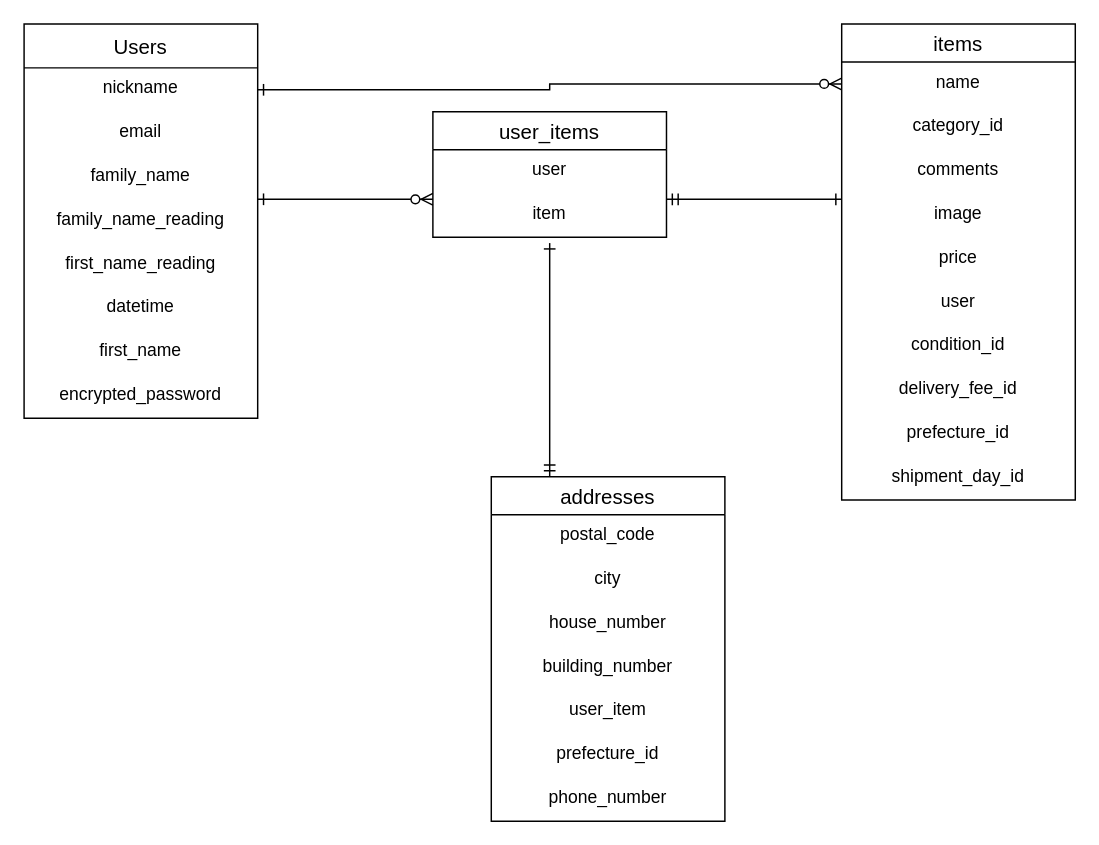
Above: furima.dio in xxxkana/furima-36249 (draw.io), before the change. Source tidied: cells renumbered, new cells numbered last; positions are measured from the earlier drawing's top-left corner, leaving out a move shared by most shapes. Both pictures are drawn from the tidied source at 146%, with x=0, y=0 at pixel (23, 23).
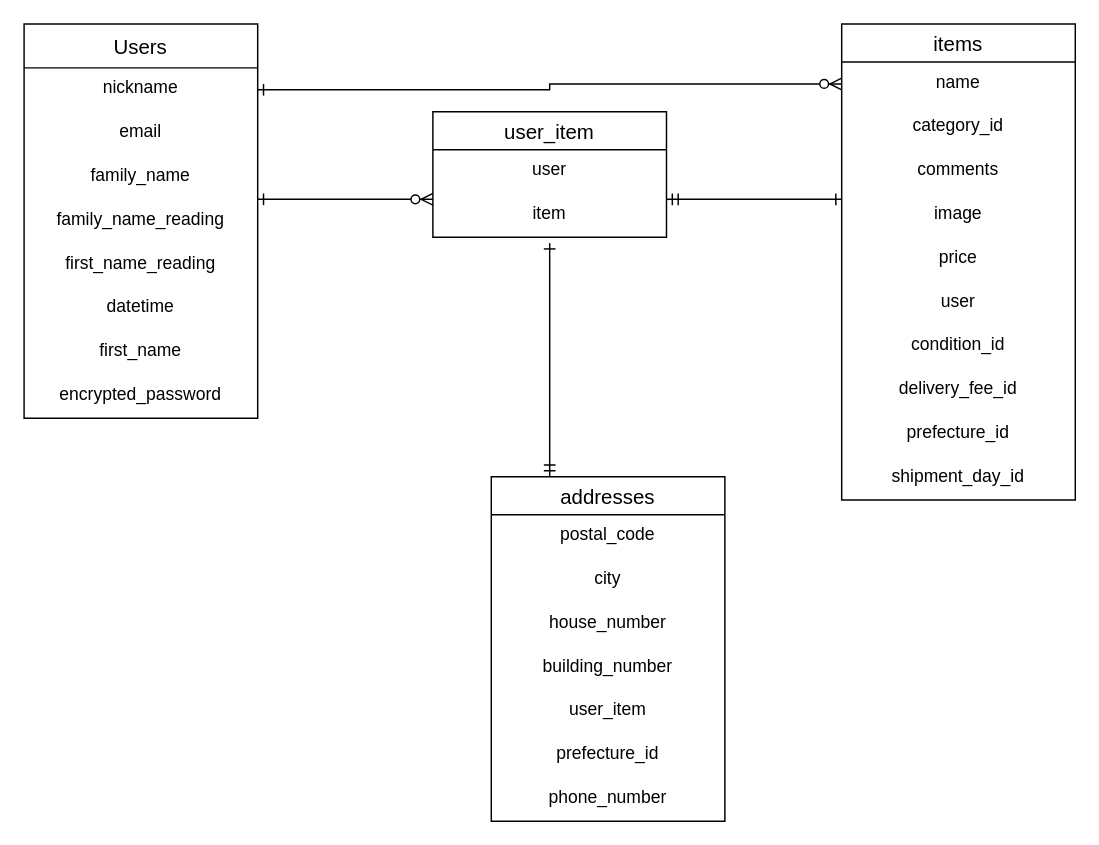
The same diagram, later.

The edit, as a diff of the source:
```diff
@@
-    <mxCell id="30" value="user_items" style="swimlane;fontStyle=0;horizontal=1;startSize=26;align=center;fontSize=14;" parent="1" vertex="1">
+    <mxCell id="30" value="user_item" style="swimlane;fontStyle=0;horizontal=1;startSize=26;align=center;fontSize=14;" parent="1" vertex="1">
       <mxGeometry x="280" y="60" width="160" height="86" as="geometry" />
     </mxCell>
```
